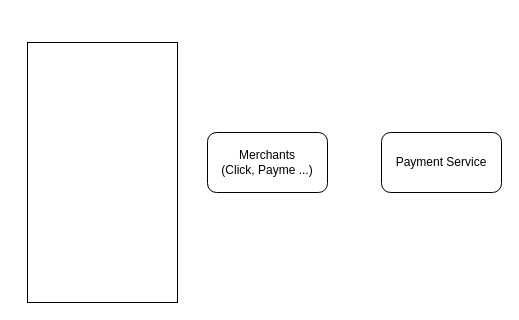
This is Диаграмма без названия.drawio from TimurDavranov/payment, a draw.io file, before an edit. Source tidied: cells renumbered, new cells numbered last; positions are measured from the earlier drawing's top-left corner, leaving out a move shared by most shapes. Both pictures are drawn from the tidied source at 100%, with x=0, y=0 at pixel (27, 42).
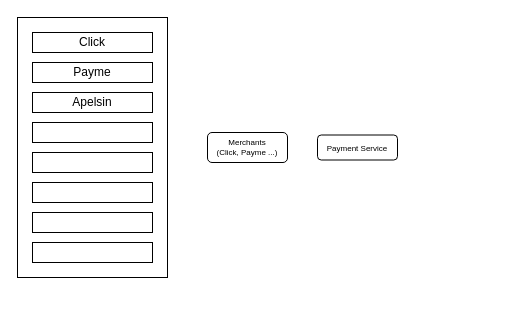
The same diagram, later.

Change to the diagram source:
```diff
@@
 <mxGraphModel>
   <root>
     <mxCell id="0" />
     <mxCell id="1" parent="0" />
-    <mxCell id="2" value="Payment Service" style="rounded=1;whiteSpace=wrap;html=1;" parent="1" vertex="1">
-      <mxGeometry x="354" y="90" width="120" height="60" as="geometry" />
+    <mxCell id="2" value="&lt;font style=&quot;font-size: 8px;&quot;&gt;Payment Service&lt;/font&gt;" style="rounded=1;whiteSpace=wrap;html=1;" parent="1" vertex="1">
+      <mxGeometry x="290" y="92.5" width="80" height="25" as="geometry" />
     </mxCell>
-    <mxCell id="3" value="Merchants&lt;br&gt;(Click, Payme ...)" style="rounded=1;whiteSpace=wrap;html=1;" parent="1" vertex="1">
-      <mxGeometry x="180" y="90" width="120" height="60" as="geometry" />
+    <mxCell id="3" value="&lt;p style=&quot;line-height: 120%; font-size: 8px;&quot;&gt;Merchants&lt;br&gt;(Click, Payme ...)&lt;/p&gt;" style="rounded=1;whiteSpace=wrap;html=1;" parent="1" vertex="1">
+      <mxGeometry x="180" y="90" width="80" height="30" as="geometry" />
     </mxCell>
     <mxCell id="4" style="rounded=0;whiteSpace=wrap;html=1;" parent="1" vertex="1">
-      <mxGeometry width="150" height="260" as="geometry" />
+      <mxGeometry x="-10" y="-25" width="150" height="260" as="geometry" />
     </mxCell>
+    <mxCell id="5" value="Click" style="rounded=0;whiteSpace=wrap;html=1;" parent="1" vertex="1">
+      <mxGeometry x="5" y="-10" width="120" height="20" as="geometry" />
+    </mxCell>
+    <mxCell id="6" value="Payme" style="rounded=0;whiteSpace=wrap;html=1;" parent="1" vertex="1">
+      <mxGeometry x="5" y="20" width="120" height="20" as="geometry" />
+    </mxCell>
+    <mxCell id="7" value="Apelsin" style="rounded=0;whiteSpace=wrap;html=1;" parent="1" vertex="1">
+      <mxGeometry x="5" y="50" width="120" height="20" as="geometry" />
+    </mxCell>
+    <mxCell id="8" style="rounded=0;whiteSpace=wrap;html=1;" parent="1" vertex="1">
+      <mxGeometry x="5" y="80" width="120" height="20" as="geometry" />
+    </mxCell>
+    <mxCell id="9" style="rounded=0;whiteSpace=wrap;html=1;" parent="1" vertex="1">
+      <mxGeometry x="5" y="110" width="120" height="20" as="geometry" />
+    </mxCell>
+    <mxCell id="10" style="rounded=0;whiteSpace=wrap;html=1;" parent="1" vertex="1">
+      <mxGeometry x="5" y="140" width="120" height="20" as="geometry" />
+    </mxCell>
+    <mxCell id="11" style="rounded=0;whiteSpace=wrap;html=1;" parent="1" vertex="1">
+      <mxGeometry x="5" y="170" width="120" height="20" as="geometry" />
+    </mxCell>
+    <mxCell id="12" style="rounded=0;whiteSpace=wrap;html=1;" parent="1" vertex="1">
+      <mxGeometry x="5" y="200" width="120" height="20" as="geometry" />
+    </mxCell>
   </root>
 </mxGraphModel>
```
